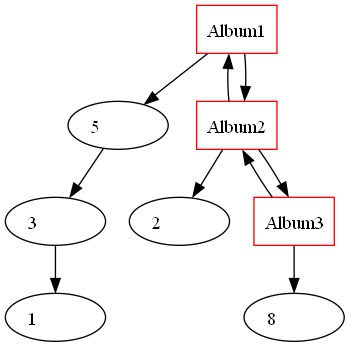
FranklinONP/EDD_PROYECTO_202200089 keeps this Graphviz diagram as Fase2_EDD/Albumes.png. Above is the earlier version. Its source is kept beside it as Fase2_EDD/Albumes.dot.
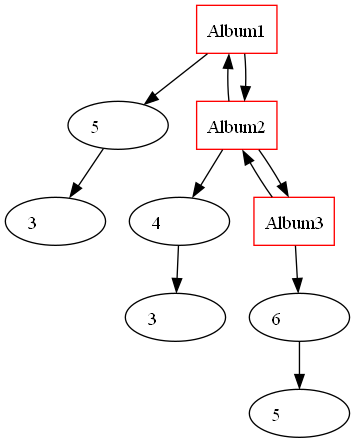
After the change.

Diff of the diagram source:
```diff
@@ -5,16 +5,18 @@
  node0 -> element00 [dir="forward"];
  element00 -> element01 [dir="forward"];
  element01 [label="3         ", shape="ellipse"];
- element01 -> element02 [dir="forward"];
- element02 [label="1         ", shape="ellipse"];
  node1 [label="Album2", color="red", shape="rectangle"];
- element10 [label="2         ", shape="ellipse"];
+ element10 [label="4         ", shape="ellipse"];
  node1 -> element10 [dir="forward"];
+ element10 -> element11 [dir="forward"];
+ element11 [label="3         ", shape="ellipse"];
  node0 -> node1 [dir="back"];
  node0 -> node1 [dir="forward"];
  node2 [label="Album3", color="red", shape="rectangle"];
- element20 [label="8         ", shape="ellipse"];
+ element20 [label="6         ", shape="ellipse"];
  node2 -> element20 [dir="forward"];
+ element20 -> element21 [dir="forward"];
+ element21 [label="5         ", shape="ellipse"];
  node1 -> node2 [dir="back"];
  node1 -> node2 [dir="forward"];
  }
```
